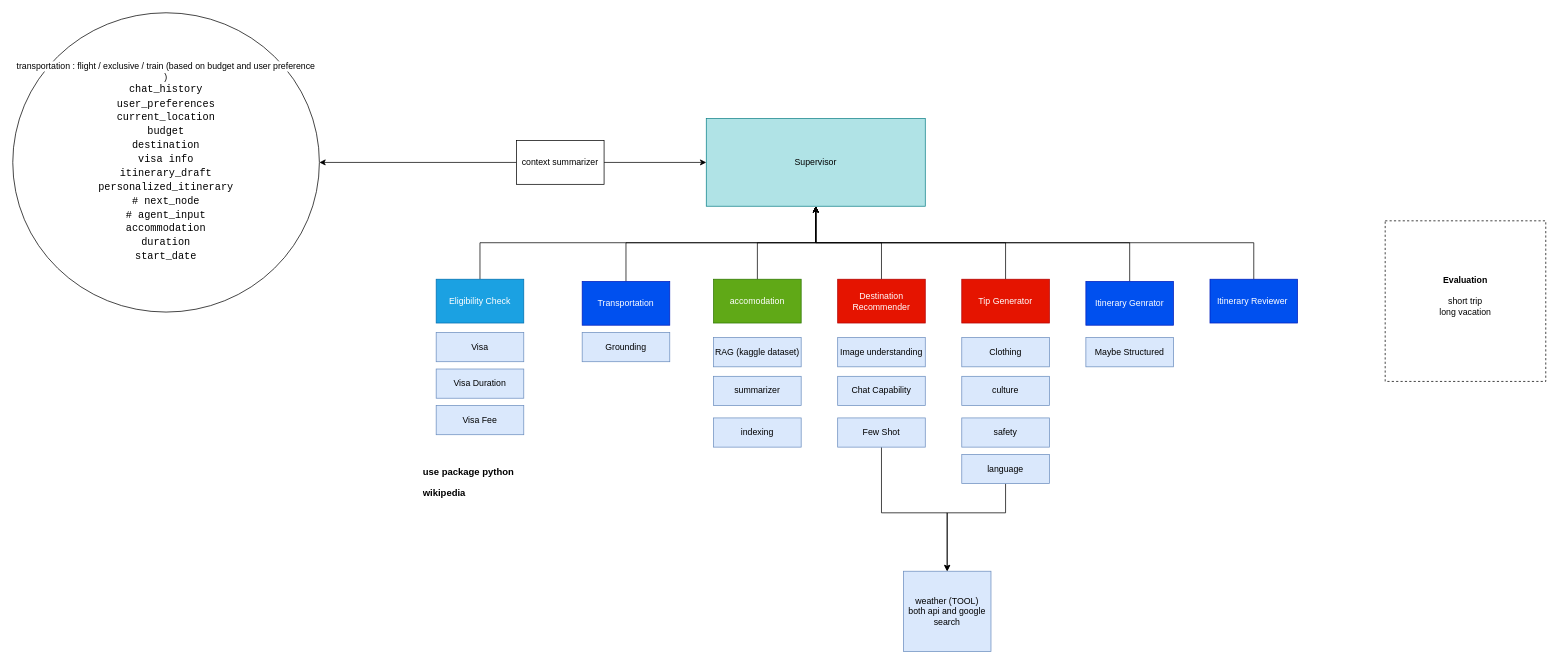
This is agents.drawio.xml from milad-4274/genai_capstone_project, a draw.io file, before an edit. Source tidied: cells renumbered, new cells numbered last; positions are measured from the earlier drawing's top-left corner, leaving out a move shared by most shapes. Both pictures are drawn from the tidied source at 73%, with x=0, y=0 at pixel (12, 12).
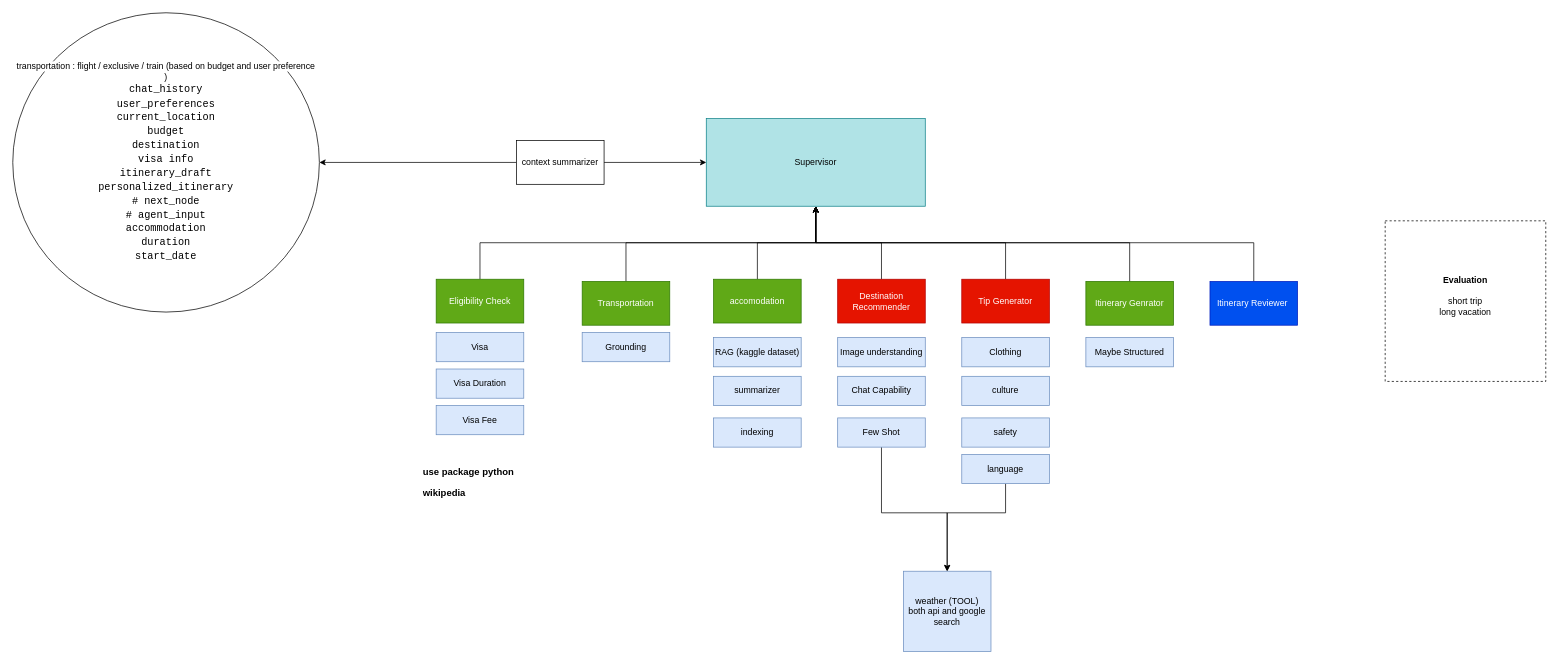
After the change.

The edit, as a diff of the source:
```diff
@@
-    <mxCell id="3" value="Transportation" style="rounded=0;whiteSpace=wrap;html=1;fillColor=#0050ef;strokeColor=#001DBC;fontColor=#ffffff;" parent="1" vertex="1">
+    <mxCell id="3" value="Transportation" style="rounded=0;whiteSpace=wrap;html=1;fillColor=#60a917;strokeColor=#2D7600;fontColor=#ffffff;" parent="1" vertex="1">
       <mxGeometry x="780" y="368" width="120" height="60" as="geometry" />
     </mxCell>
@@
-    <mxCell id="7" value="Eligibility Check" style="rounded=0;whiteSpace=wrap;html=1;fillColor=#1ba1e2;strokeColor=#006EAF;fontColor=#ffffff;" parent="1" vertex="1">
+    <mxCell id="7" value="Eligibility Check" style="rounded=0;whiteSpace=wrap;html=1;fillColor=#60a917;strokeColor=#2D7600;fontColor=#ffffff;" parent="1" vertex="1">
       <mxGeometry x="580" y="365" width="120" height="60" as="geometry" />
     </mxCell>
@@
-    <mxCell id="36" value="Itinerary Genrator" style="rounded=0;whiteSpace=wrap;html=1;fillColor=#0050ef;strokeColor=#001DBC;fontColor=#ffffff;" parent="1" vertex="1">
+    <mxCell id="36" value="Itinerary Genrator" style="rounded=0;whiteSpace=wrap;html=1;fillColor=#60a917;strokeColor=#2D7600;fontColor=#ffffff;" parent="1" vertex="1">
       <mxGeometry x="1470" y="368" width="120" height="60" as="geometry" />
     </mxCell>
@@
     <mxCell id="39" value="Itinerary Reviewer&amp;nbsp;" style="rounded=0;whiteSpace=wrap;html=1;fillColor=#0050ef;strokeColor=#001DBC;fontColor=#ffffff;" parent="1" vertex="1">
-      <mxGeometry x="1640" y="365" width="120" height="60" as="geometry" />
+      <mxGeometry x="1640" y="368" width="120" height="60" as="geometry" />
     </mxCell>
```
